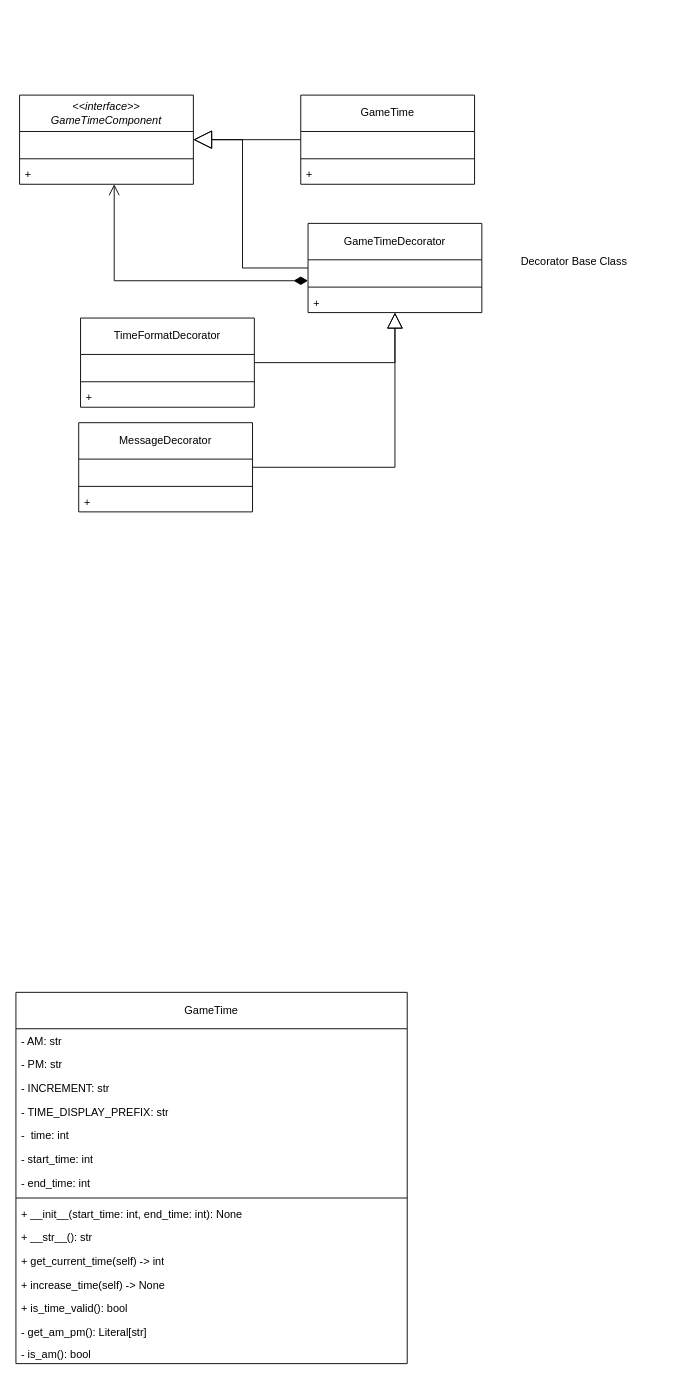
The draw.io diagram page "game_time_after" (2 of 2) of src/model_after_pattern/after_pattern.drawio in arsenie-sarmiento/ZombieInMyPocket, before the edit. Source tidied: cells renumbered, new cells numbered last; positions are measured from the earlier drawing's top-left corner, leaving out a move shared by most shapes. Both pictures are drawn from the tidied source at 91%, with x=0, y=0 at pixel (15, 95).
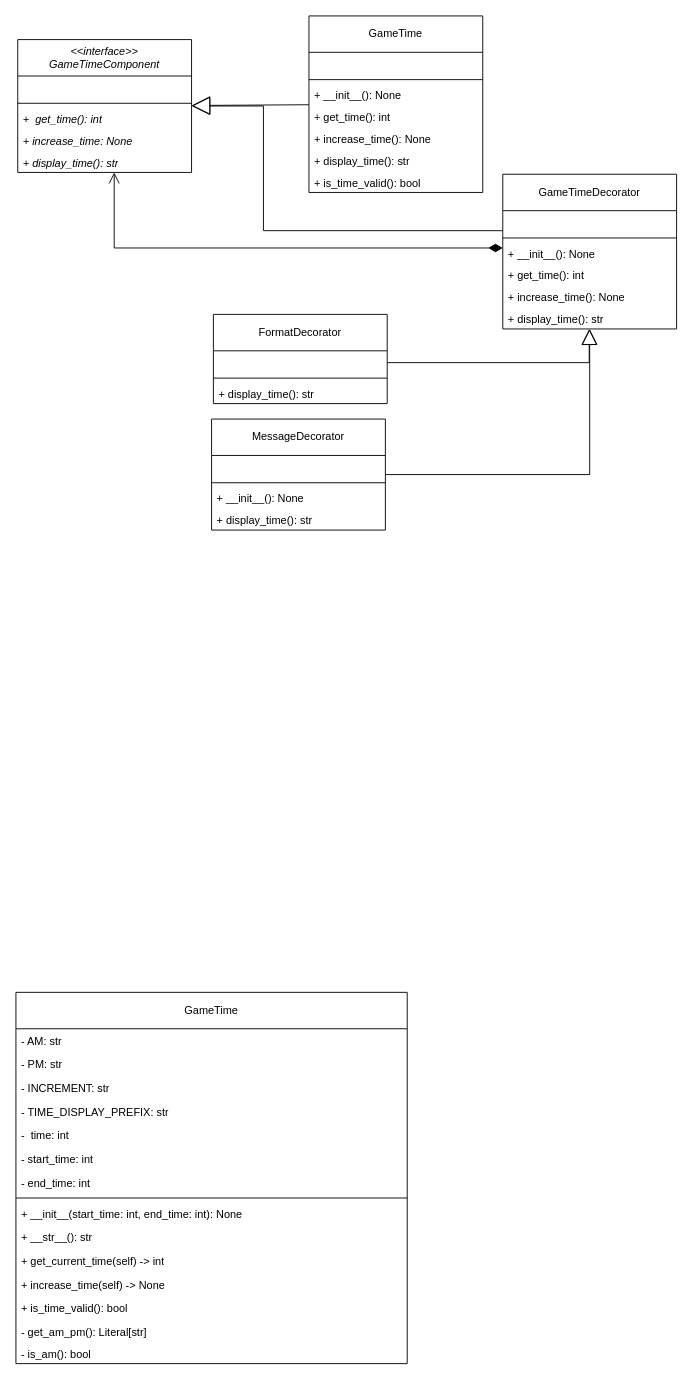
The same page after the edit.

Commit message (it also covers changes not shown here):
fixed imports, added class diagram after gametime

The edit, as a diff of the source:
```diff
@@
     <mxCell id="18" style="edgeStyle=orthogonalEdgeStyle;html=1;endArrow=diamondThin;endFill=1;endSize=13;startArrow=open;startFill=0;startSize=10;rounded=0;curved=0;" parent="1" edge="1" source="19" target="29">
       <mxGeometry relative="1" as="geometry">
         <Array as="points">
-          <mxPoint x="108" y="204" />
+          <mxPoint x="108" y="168" />
         </Array>
       </mxGeometry>
     </mxCell>
     <mxCell id="19" value="&lt;i&gt;&amp;lt;&amp;lt;interface&amp;gt;&amp;gt;&lt;/i&gt;&lt;div&gt;&lt;i&gt;GameTimeComponent&lt;/i&gt;&lt;/div&gt;" style="swimlane;fontStyle=0;horizontal=1;startSize=40;fillColor=none;whiteSpace=wrap;html=1;" parent="1" vertex="1">
-      <mxGeometry x="4" width="191" height="98" as="geometry" />
+      <mxGeometry x="2" y="-61" width="191" height="146" as="geometry" />
     </mxCell>
@@
+    <mxCell id="44" value="+&amp;nbsp; get_time(): int" style="text;strokeColor=none;fillColor=none;align=left;verticalAlign=top;spacingLeft=4;spacingRight=4;overflow=hidden;whiteSpace=wrap;html=1;fontStyle=2;" parent="19" vertex="1">
+      <mxGeometry y="74" width="191" height="24" as="geometry" />
+    </mxCell>
+    <mxCell id="45" value="+ increase_time: None" style="text;strokeColor=none;fillColor=none;align=left;verticalAlign=top;spacingLeft=4;spacingRight=4;overflow=hidden;whiteSpace=wrap;html=1;fontStyle=2;" parent="19" vertex="1">
+      <mxGeometry y="98" width="191" height="24" as="geometry" />
+    </mxCell>
-    <mxCell id="22" value="+&amp;nbsp;" style="text;strokeColor=none;fillColor=none;align=left;verticalAlign=top;spacingLeft=4;spacingRight=4;overflow=hidden;whiteSpace=wrap;html=1;fontStyle=2;" parent="19" vertex="1">
-      <mxGeometry y="74" width="191" height="24" as="geometry" />
+    <mxCell id="22" value="+ display_time(): str" style="text;strokeColor=none;fillColor=none;align=left;verticalAlign=top;spacingLeft=4;spacingRight=4;overflow=hidden;whiteSpace=wrap;html=1;fontStyle=2;" parent="19" vertex="1">
+      <mxGeometry y="122" width="191" height="24" as="geometry" />
     </mxCell>
@@
     <mxCell id="24" value="GameTime" style="swimlane;fontStyle=0;horizontal=1;startSize=40;fillColor=none;whiteSpace=wrap;html=1;" parent="1" vertex="1">
-      <mxGeometry x="313" width="191" height="98" as="geometry" />
+      <mxGeometry x="322" y="-87" width="191" height="194" as="geometry" />
     </mxCell>
@@
+    <mxCell id="46" value="+ __init__(): None" style="text;strokeColor=none;fillColor=none;align=left;verticalAlign=top;spacingLeft=4;spacingRight=4;overflow=hidden;whiteSpace=wrap;html=1;fontStyle=0;" parent="24" vertex="1">
+      <mxGeometry y="74" width="191" height="24" as="geometry" />
+    </mxCell>
+    <mxCell id="47" value="+ get_time(): int" style="text;strokeColor=none;fillColor=none;align=left;verticalAlign=top;spacingLeft=4;spacingRight=4;overflow=hidden;whiteSpace=wrap;html=1;fontStyle=0;" parent="24" vertex="1">
+      <mxGeometry y="98" width="191" height="24" as="geometry" />
+    </mxCell>
+    <mxCell id="48" value="+ increase_time(): None" style="text;strokeColor=none;fillColor=none;align=left;verticalAlign=top;spacingLeft=4;spacingRight=4;overflow=hidden;whiteSpace=wrap;html=1;fontStyle=0;" parent="24" vertex="1">
+      <mxGeometry y="122" width="191" height="24" as="geometry" />
+    </mxCell>
+    <mxCell id="49" value="+ display_time(): str" style="text;strokeColor=none;fillColor=none;align=left;verticalAlign=top;spacingLeft=4;spacingRight=4;overflow=hidden;whiteSpace=wrap;html=1;fontStyle=0;" parent="24" vertex="1">
+      <mxGeometry y="146" width="191" height="24" as="geometry" />
+    </mxCell>
-    <mxCell id="27" value="+&amp;nbsp;" style="text;strokeColor=none;fillColor=none;align=left;verticalAlign=top;spacingLeft=4;spacingRight=4;overflow=hidden;whiteSpace=wrap;html=1;fontStyle=2;" parent="24" vertex="1">
-      <mxGeometry y="74" width="191" height="24" as="geometry" />
+    <mxCell id="27" value="+ is_time_valid(): bool" style="text;strokeColor=none;fillColor=none;align=left;verticalAlign=top;spacingLeft=4;spacingRight=4;overflow=hidden;whiteSpace=wrap;html=1;fontStyle=0;" parent="24" vertex="1">
+      <mxGeometry y="170" width="191" height="24" as="geometry" />
     </mxCell>
     <mxCell id="28" style="edgeStyle=orthogonalEdgeStyle;html=1;endArrow=block;endFill=0;rounded=0;curved=0;endSize=18;" parent="1" edge="1" source="29" target="19">
       <mxGeometry relative="1" as="geometry">
         <Array as="points">
-          <mxPoint x="249" y="190" />
-          <mxPoint x="249" y="49" />
+          <mxPoint x="272" y="149" />
+          <mxPoint x="272" y="12" />
         </Array>
       </mxGeometry>
     </mxCell>
     <mxCell id="29" value="GameTimeDecorator" style="swimlane;fontStyle=0;horizontal=1;startSize=40;fillColor=none;whiteSpace=wrap;html=1;" parent="1" vertex="1">
-      <mxGeometry x="321" y="141" width="191" height="98" as="geometry" />
+      <mxGeometry x="535" y="87" width="191" height="170" as="geometry" />
     </mxCell>
@@
-    <mxCell id="32" value="+&amp;nbsp;" style="text;strokeColor=none;fillColor=none;align=left;verticalAlign=top;spacingLeft=4;spacingRight=4;overflow=hidden;whiteSpace=wrap;html=1;fontStyle=2;" parent="29" vertex="1">
-      <mxGeometry y="74" width="191" height="24" as="geometry" />
-    </mxCell>
+    <mxCell id="50" value="+ __init__(): None" style="text;strokeColor=none;fillColor=none;align=left;verticalAlign=top;spacingLeft=4;spacingRight=4;overflow=hidden;whiteSpace=wrap;html=1;fontStyle=0;" parent="29" vertex="1">
+      <mxGeometry y="74" width="191" height="24" as="geometry" />
+    </mxCell>
+    <mxCell id="51" value="+ get_time(): int" style="text;strokeColor=none;fillColor=none;align=left;verticalAlign=top;spacingLeft=4;spacingRight=4;overflow=hidden;whiteSpace=wrap;html=1;fontStyle=0;" parent="29" vertex="1">
+      <mxGeometry y="98" width="191" height="24" as="geometry" />
+    </mxCell>
+    <mxCell id="52" value="+ increase_time(): None" style="text;strokeColor=none;fillColor=none;align=left;verticalAlign=top;spacingLeft=4;spacingRight=4;overflow=hidden;whiteSpace=wrap;html=1;fontStyle=0;" parent="29" vertex="1">
+      <mxGeometry y="122" width="191" height="24" as="geometry" />
+    </mxCell>
+    <mxCell id="53" value="+ display_time(): str" style="text;strokeColor=none;fillColor=none;align=left;verticalAlign=top;spacingLeft=4;spacingRight=4;overflow=hidden;whiteSpace=wrap;html=1;fontStyle=0;" parent="29" vertex="1">
+      <mxGeometry y="146" width="191" height="24" as="geometry" />
+    </mxCell>
     <mxCell id="33" style="edgeStyle=orthogonalEdgeStyle;html=1;rounded=0;endArrow=block;endFill=0;endSize=15;" parent="1" edge="1" source="34" target="29">
-      <mxGeometry relative="1" as="geometry" />
+      <mxGeometry relative="1" as="geometry">
+        <Array as="points">
+          <mxPoint x="630" y="294" />
+        </Array>
+      </mxGeometry>
     </mxCell>
-    <mxCell id="34" value="TimeFormatDecorator" style="swimlane;fontStyle=0;horizontal=1;startSize=40;fillColor=none;whiteSpace=wrap;html=1;" parent="1" vertex="1">
-      <mxGeometry x="71" y="245" width="191" height="98" as="geometry" />
+    <mxCell id="34" value="FormatDecorator" style="swimlane;fontStyle=0;horizontal=1;startSize=40;fillColor=none;whiteSpace=wrap;html=1;" parent="1" vertex="1">
+      <mxGeometry x="217" y="241" width="191" height="98" as="geometry" />
     </mxCell>
@@
-    <mxCell id="37" value="+&amp;nbsp;" style="text;strokeColor=none;fillColor=none;align=left;verticalAlign=top;spacingLeft=4;spacingRight=4;overflow=hidden;whiteSpace=wrap;html=1;fontStyle=2;" parent="34" vertex="1">
-      <mxGeometry y="74" width="191" height="24" as="geometry" />
-    </mxCell>
-    <mxCell id="38" value="Decorator Base Class" style="text;html=1;align=center;verticalAlign=middle;strokeColor=none;fillColor=none;" parent="1" vertex="1">
-      <mxGeometry x="545" y="170" width="135" height="26" as="geometry" />
-    </mxCell>
+    <mxCell id="54" value="+ display_time(): str" style="text;strokeColor=none;fillColor=none;align=left;verticalAlign=top;spacingLeft=4;spacingRight=4;overflow=hidden;whiteSpace=wrap;html=1;fontStyle=0;" parent="34" vertex="1">
+      <mxGeometry y="74" width="191" height="24" as="geometry" />
+    </mxCell>
     <mxCell id="39" value="MessageDecorator" style="swimlane;fontStyle=0;horizontal=1;startSize=40;fillColor=none;whiteSpace=wrap;html=1;" parent="1" vertex="1">
-      <mxGeometry x="69" y="360" width="191" height="98" as="geometry" />
+      <mxGeometry x="215" y="356" width="191" height="122" as="geometry" />
     </mxCell>
@@
-    <mxCell id="42" value="+&amp;nbsp;" style="text;strokeColor=none;fillColor=none;align=left;verticalAlign=top;spacingLeft=4;spacingRight=4;overflow=hidden;whiteSpace=wrap;html=1;fontStyle=2;" parent="39" vertex="1">
-      <mxGeometry y="74" width="191" height="24" as="geometry" />
-    </mxCell>
+    <mxCell id="55" value="+ __init__(): None" style="text;strokeColor=none;fillColor=none;align=left;verticalAlign=top;spacingLeft=4;spacingRight=4;overflow=hidden;whiteSpace=wrap;html=1;fontStyle=0;" parent="39" vertex="1">
+      <mxGeometry y="74" width="191" height="24" as="geometry" />
+    </mxCell>
+    <mxCell id="56" value="+ display_time(): str" style="text;strokeColor=none;fillColor=none;align=left;verticalAlign=top;spacingLeft=4;spacingRight=4;overflow=hidden;whiteSpace=wrap;html=1;fontStyle=0;" parent="39" vertex="1">
+      <mxGeometry y="98" width="191" height="24" as="geometry" />
+    </mxCell>
```
